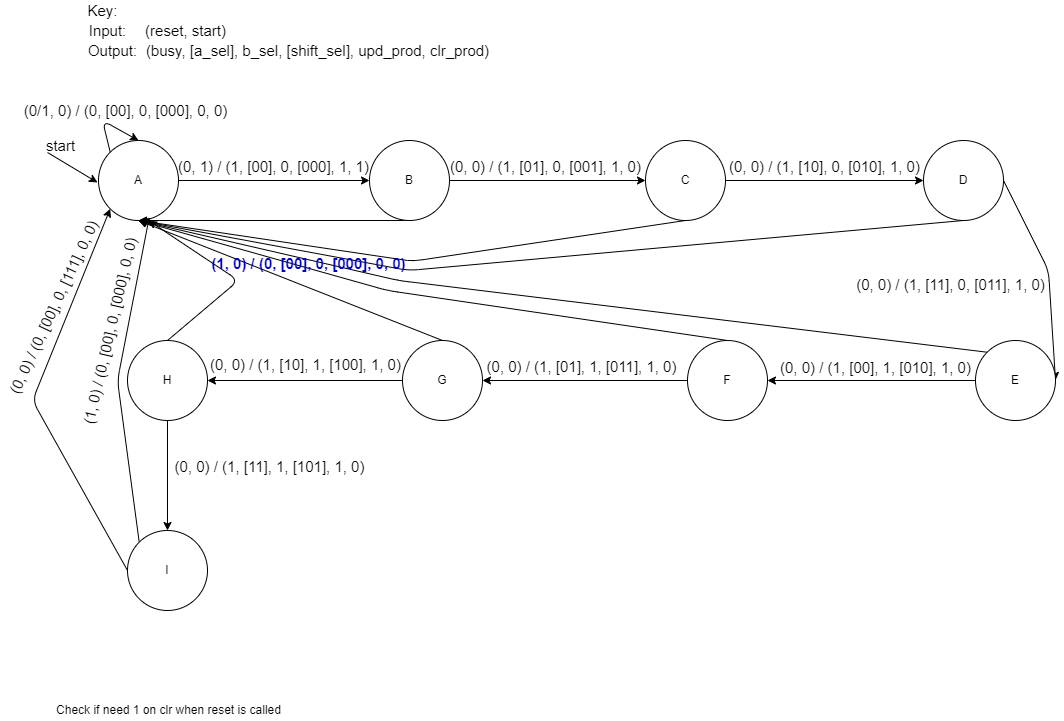
This is 2.1Diagram.png from s-griffith/DigitalSystemsSimulation2, a draw.io export, as it was before one commit. Source tidied: cells renumbered, new cells last; positions are measured from the earlier drawing's top-left corner, leaving out a move shared by most shapes.
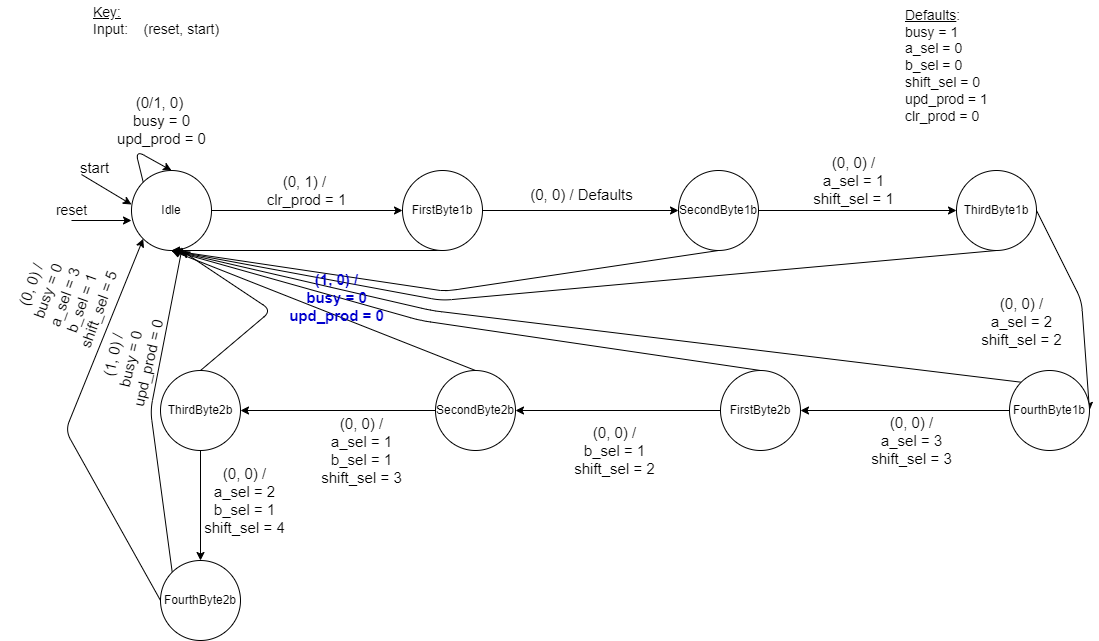
Above is the later version.

Change to the diagram source:
```diff
@@ -5,8 +5,8 @@
     <mxCell id="2" style="edgeStyle=none;html=1;exitX=1;exitY=0.5;exitDx=0;exitDy=0;" parent="1" edge="1" source="3" target="6">
       <mxGeometry relative="1" as="geometry" />
     </mxCell>
-    <mxCell id="3" value="A" style="ellipse;whiteSpace=wrap;html=1;" parent="1" vertex="1">
-      <mxGeometry x="137" y="140" width="80" height="80" as="geometry" />
+    <mxCell id="3" value="Idle" style="ellipse;whiteSpace=wrap;html=1;" parent="1" vertex="1">
+      <mxGeometry x="148" y="140" width="80" height="80" as="geometry" />
     </mxCell>
     <mxCell id="4" style="edgeStyle=none;html=1;exitX=0.5;exitY=1;exitDx=0;exitDy=0;entryX=0.5;entryY=1;entryDx=0;entryDy=0;" parent="1" edge="1" source="6" target="3">
       <mxGeometry relative="1" as="geometry" />
@@ -14,50 +14,50 @@
     <mxCell id="5" style="edgeStyle=none;html=1;exitX=1;exitY=0.5;exitDx=0;exitDy=0;entryX=0;entryY=0.5;entryDx=0;entryDy=0;" parent="1" edge="1" source="6" target="9">
       <mxGeometry relative="1" as="geometry" />
     </mxCell>
-    <mxCell id="6" value="B" style="ellipse;whiteSpace=wrap;html=1;" parent="1" vertex="1">
-      <mxGeometry x="408" y="140" width="80" height="80" as="geometry" />
+    <mxCell id="6" value="FirstByte1b" style="ellipse;whiteSpace=wrap;html=1;" parent="1" vertex="1">
+      <mxGeometry x="419" y="140" width="80" height="80" as="geometry" />
     </mxCell>
     <mxCell id="7" style="edgeStyle=none;html=1;exitX=0.5;exitY=1;exitDx=0;exitDy=0;entryX=0.5;entryY=1;entryDx=0;entryDy=0;startArrow=none;" parent="1" edge="1" target="3">
       <mxGeometry relative="1" as="geometry">
-        <mxPoint x="446" y="260" as="sourcePoint" />
+        <mxPoint x="457" y="260" as="sourcePoint" />
       </mxGeometry>
     </mxCell>
     <mxCell id="8" style="edgeStyle=none;html=1;exitX=1;exitY=0.5;exitDx=0;exitDy=0;entryX=0;entryY=0.5;entryDx=0;entryDy=0;" parent="1" edge="1" source="9" target="12">
       <mxGeometry relative="1" as="geometry" />
     </mxCell>
-    <mxCell id="9" value="C" style="ellipse;whiteSpace=wrap;html=1;" parent="1" vertex="1">
-      <mxGeometry x="684" y="140" width="80" height="80" as="geometry" />
+    <mxCell id="9" value="SecondByte1b" style="ellipse;whiteSpace=wrap;html=1;" parent="1" vertex="1">
+      <mxGeometry x="695" y="140" width="80" height="80" as="geometry" />
     </mxCell>
     <mxCell id="10" style="edgeStyle=none;html=1;exitX=1;exitY=0.5;exitDx=0;exitDy=0;entryX=1;entryY=0.5;entryDx=0;entryDy=0;" parent="1" edge="1" source="12" target="38">
       <mxGeometry relative="1" as="geometry">
         <Array as="points">
-          <mxPoint x="1087" y="270" />
+          <mxPoint x="1098" y="270" />
         </Array>
       </mxGeometry>
     </mxCell>
     <mxCell id="11" style="edgeStyle=none;html=1;exitX=0.5;exitY=1;exitDx=0;exitDy=0;entryX=0.5;entryY=1;entryDx=0;entryDy=0;fontSize=15;fontColor=#0000CC;" parent="1" edge="1" source="12" target="3">
       <mxGeometry relative="1" as="geometry">
         <Array as="points">
-          <mxPoint x="447" y="270" />
+          <mxPoint x="458" y="270" />
         </Array>
       </mxGeometry>
     </mxCell>
-    <mxCell id="12" value="D" style="ellipse;whiteSpace=wrap;html=1;" parent="1" vertex="1">
-      <mxGeometry x="962" y="140" width="80" height="80" as="geometry" />
+    <mxCell id="12" value="ThirdByte1b" style="ellipse;whiteSpace=wrap;html=1;" parent="1" vertex="1">
+      <mxGeometry x="973" y="140" width="80" height="80" as="geometry" />
     </mxCell>
     <mxCell id="13" style="edgeStyle=none;html=1;exitX=0.5;exitY=1;exitDx=0;exitDy=0;" parent="1" edge="1" source="15" target="45">
       <mxGeometry relative="1" as="geometry" />
     </mxCell>
     <mxCell id="14" style="edgeStyle=none;html=1;exitX=0.5;exitY=0;exitDx=0;exitDy=0;fontSize=15;fontColor=#0000CC;" parent="1" edge="1" source="15">
       <mxGeometry relative="1" as="geometry">
-        <mxPoint x="187" y="220" as="targetPoint" />
+        <mxPoint x="198" y="220" as="targetPoint" />
         <Array as="points">
-          <mxPoint x="277" y="280" />
+          <mxPoint x="288" y="280" />
         </Array>
       </mxGeometry>
     </mxCell>
-    <mxCell id="15" value="H" style="ellipse;whiteSpace=wrap;html=1;" parent="1" vertex="1">
-      <mxGeometry x="166" y="340" width="80" height="80" as="geometry" />
+    <mxCell id="15" value="ThirdByte2b" style="ellipse;whiteSpace=wrap;html=1;" parent="1" vertex="1">
+      <mxGeometry x="177" y="340" width="80" height="80" as="geometry" />
     </mxCell>
     <mxCell id="16" style="edgeStyle=none;html=1;exitX=0.5;exitY=0;exitDx=0;exitDy=0;entryX=0.5;entryY=1;entryDx=0;entryDy=0;" parent="1" edge="1" source="18" target="3">
       <mxGeometry relative="1" as="geometry" />
@@ -65,129 +65,126 @@
     <mxCell id="17" style="edgeStyle=none;html=1;exitX=0;exitY=0.5;exitDx=0;exitDy=0;entryX=1;entryY=0.5;entryDx=0;entryDy=0;" parent="1" edge="1" source="18" target="15">
       <mxGeometry relative="1" as="geometry" />
     </mxCell>
-    <mxCell id="18" value="G" style="ellipse;whiteSpace=wrap;html=1;" parent="1" vertex="1">
-      <mxGeometry x="441" y="340" width="80" height="80" as="geometry" />
+    <mxCell id="18" value="SecondByte2b" style="ellipse;whiteSpace=wrap;html=1;" parent="1" vertex="1">
+      <mxGeometry x="452" y="340" width="80" height="80" as="geometry" />
     </mxCell>
     <mxCell id="19" style="edgeStyle=none;html=1;exitX=0.5;exitY=0;exitDx=0;exitDy=0;entryX=0.5;entryY=1;entryDx=0;entryDy=0;" parent="1" edge="1" source="21" target="3">
       <mxGeometry relative="1" as="geometry">
         <Array as="points">
-          <mxPoint x="426" y="290" />
+          <mxPoint x="437" y="290" />
         </Array>
       </mxGeometry>
     </mxCell>
     <mxCell id="20" style="edgeStyle=none;html=1;exitX=0;exitY=0.5;exitDx=0;exitDy=0;entryX=1;entryY=0.5;entryDx=0;entryDy=0;" parent="1" edge="1" source="21" target="18">
       <mxGeometry relative="1" as="geometry" />
     </mxCell>
-    <mxCell id="21" value="F" style="ellipse;whiteSpace=wrap;html=1;" parent="1" vertex="1">
-      <mxGeometry x="726" y="340" width="80" height="80" as="geometry" />
+    <mxCell id="21" value="FirstByte2b" style="ellipse;whiteSpace=wrap;html=1;" parent="1" vertex="1">
+      <mxGeometry x="737" y="340" width="80" height="80" as="geometry" />
     </mxCell>
     <mxCell id="22" style="endArrow=classic;html=1;" parent="1" edge="1">
       <mxGeometry relative="1" as="geometry">
-        <mxPoint x="86" y="152" as="sourcePoint" />
-        <mxPoint x="136" y="182" as="targetPoint" />
+        <mxPoint x="98" y="144" as="sourcePoint" />
+        <mxPoint x="148" y="174" as="targetPoint" />
       </mxGeometry>
     </mxCell>
     <mxCell id="23" value="start" style="text;html=1;align=center;verticalAlign=middle;strokeColor=none;fillColor=none;fontSize=15;" parent="1" vertex="1">
-      <mxGeometry x="79" y="135" width="40" height="20" as="geometry" />
+      <mxGeometry x="91" y="127" width="40" height="20" as="geometry" />
     </mxCell>
-    <mxCell id="24" value="(reset, start)" style="text;html=1;align=center;verticalAlign=middle;strokeColor=none;fillColor=none;fontSize=15;" parent="1" vertex="1">
-      <mxGeometry x="174" y="20" width="100" height="20" as="geometry" />
-    </mxCell>
-    <mxCell id="25" value="(busy, [a_sel], b_sel, [shift_sel], upd_prod, clr_prod)" style="text;html=1;align=center;verticalAlign=middle;strokeColor=none;fillColor=none;fontSize=15;" parent="1" vertex="1">
-      <mxGeometry x="176" y="40" width="360" height="20" as="geometry" />
-    </mxCell>
     <mxCell id="26" style="edgeStyle=none;html=1;exitX=0;exitY=0;exitDx=0;exitDy=0;entryX=0.5;entryY=0;entryDx=0;entryDy=0;" parent="1" edge="1" source="3" target="3">
       <mxGeometry relative="1" as="geometry">
         <Array as="points">
-          <mxPoint x="141" y="120" />
+          <mxPoint x="152" y="120" />
         </Array>
       </mxGeometry>
     </mxCell>
-    <mxCell id="27" value="(0/1, 0) / (0, [00], 0, [000], 0, 0)" style="text;html=1;align=center;verticalAlign=middle;strokeColor=none;fillColor=none;fontSize=15;" parent="1" vertex="1">
-      <mxGeometry x="54" y="100" width="220" height="20" as="geometry" />
+    <mxCell id="27" value="(0/1, 0)&amp;nbsp;&lt;br&gt;busy = 0&lt;br&gt;upd_prod = 0" style="text;html=1;align=center;verticalAlign=middle;strokeColor=none;fillColor=none;fontSize=15;" parent="1" vertex="1">
+      <mxGeometry x="128" y="60" width="100" height="60" as="geometry" />
     </mxCell>
-    <mxCell id="28" value="Key:" style="text;html=1;align=center;verticalAlign=middle;strokeColor=none;fillColor=none;fontSize=15;" parent="1" vertex="1">
-      <mxGeometry x="116" width="50" height="20" as="geometry" />
-    </mxCell>
-    <mxCell id="29" value="Input:" style="text;html=1;align=center;verticalAlign=middle;strokeColor=none;fillColor=none;fontSize=15;" parent="1" vertex="1">
-      <mxGeometry x="121" y="20" width="50" height="20" as="geometry" />
-    </mxCell>
-    <mxCell id="30" value="Output:" style="text;html=1;align=center;verticalAlign=middle;strokeColor=none;fillColor=none;fontSize=15;" parent="1" vertex="1">
-      <mxGeometry x="121" y="40" width="60" height="20" as="geometry" />
-    </mxCell>
-    <mxCell id="31" value="(0, 1) / (1, [00], 0, [000], 1, 1)&lt;br style=&quot;font-size: 15px&quot;&gt;&amp;nbsp;" style="text;html=1;align=center;verticalAlign=middle;strokeColor=none;fillColor=none;fontSize=15;" parent="1" vertex="1">
-      <mxGeometry x="207" y="155" width="210" height="40" as="geometry" />
+    <mxCell id="31" value="(0, 1) /&amp;nbsp;&lt;br&gt;clr_prod = 1" style="text;html=1;align=center;verticalAlign=middle;strokeColor=none;fillColor=none;fontSize=15;" parent="1" vertex="1">
+      <mxGeometry x="273" y="140" width="100" height="40" as="geometry" />
     </mxCell>
-    <mxCell id="32" value="(0, 0) / (1, [01], 0, [001], 1, 0)&lt;br style=&quot;font-size: 15px&quot;&gt;&amp;nbsp;" style="text;html=1;align=center;verticalAlign=middle;strokeColor=none;fillColor=none;fontSize=15;" parent="1" vertex="1">
-      <mxGeometry x="479" y="155" width="210" height="40" as="geometry" />
+    <mxCell id="32" value="(0, 0) / Defaults" style="text;html=1;align=center;verticalAlign=middle;strokeColor=none;fillColor=none;fontSize=15;" parent="1" vertex="1">
+      <mxGeometry x="538" y="154" width="120" height="20" as="geometry" />
     </mxCell>
-    <mxCell id="33" value="(0, 0) / (1, [10], 0, [010], 1, 0)" style="text;html=1;align=center;verticalAlign=middle;strokeColor=none;fillColor=none;fontSize=15;" parent="1" vertex="1">
-      <mxGeometry x="758" y="156" width="210" height="20" as="geometry" />
+    <mxCell id="33" value="(0, 0) /&lt;br&gt;a_sel = 1&lt;br&gt;shift_sel = 1" style="text;html=1;align=center;verticalAlign=middle;strokeColor=none;fillColor=none;fontSize=15;" parent="1" vertex="1">
+      <mxGeometry x="820" y="120" width="100" height="60" as="geometry" />
     </mxCell>
     <mxCell id="34" style="edgeStyle=none;html=1;exitX=0.5;exitY=1;exitDx=0;exitDy=0;entryX=0.5;entryY=1;entryDx=0;entryDy=0;endArrow=none;" parent="1" edge="1" source="9">
       <mxGeometry relative="1" as="geometry">
-        <mxPoint x="446" y="260" as="targetPoint" />
+        <mxPoint x="457" y="260" as="targetPoint" />
         <Array as="points">
-          <mxPoint x="456" y="260" />
+          <mxPoint x="467" y="260" />
         </Array>
       </mxGeometry>
     </mxCell>
-    <mxCell id="35" value="Check if need 1 on clr when reset is called" style="text;html=1;align=center;verticalAlign=middle;strokeColor=none;fillColor=none;" parent="1" vertex="1">
-      <mxGeometry x="87" y="700" width="240" height="20" as="geometry" />
-    </mxCell>
     <mxCell id="36" style="edgeStyle=none;html=1;exitX=0;exitY=0.5;exitDx=0;exitDy=0;entryX=1;entryY=0.5;entryDx=0;entryDy=0;" parent="1" edge="1" source="38" target="21">
       <mxGeometry relative="1" as="geometry" />
     </mxCell>
     <mxCell id="37" style="edgeStyle=none;html=1;exitX=0;exitY=0;exitDx=0;exitDy=0;entryX=0.5;entryY=1;entryDx=0;entryDy=0;fontSize=15;fontColor=#0000CC;" parent="1" edge="1" source="38" target="3">
       <mxGeometry relative="1" as="geometry">
         <Array as="points">
-          <mxPoint x="437" y="280" />
+          <mxPoint x="448" y="280" />
         </Array>
       </mxGeometry>
     </mxCell>
-    <mxCell id="38" value="E" style="ellipse;whiteSpace=wrap;html=1;" parent="1" vertex="1">
-      <mxGeometry x="1014" y="340" width="80" height="80" as="geometry" />
+    <mxCell id="38" value="FourthByte1b" style="ellipse;whiteSpace=wrap;html=1;" parent="1" vertex="1">
+      <mxGeometry x="1026" y="340" width="80" height="80" as="geometry" />
     </mxCell>
-    <mxCell id="39" value="(0, 0) / (1, [11], 0, [011], 1, 0)&lt;br style=&quot;font-size: 15px&quot;&gt;&amp;nbsp;" style="text;html=1;align=center;verticalAlign=middle;strokeColor=none;fillColor=none;fontSize=15;" parent="1" vertex="1">
-      <mxGeometry x="889" y="273" width="200" height="40" as="geometry" />
+    <mxCell id="39" value="(0, 0) /&lt;br&gt;a_sel = 2&lt;br&gt;shift_sel = 2" style="text;html=1;align=center;verticalAlign=middle;strokeColor=none;fillColor=none;fontSize=15;" parent="1" vertex="1">
+      <mxGeometry x="988" y="261" width="100" height="60" as="geometry" />
     </mxCell>
-    <mxCell id="40" value="(0, 0) / (1, [00], 1, [010], 1, 0)&lt;br style=&quot;font-size: 15px&quot;&gt;&amp;nbsp;" style="text;html=1;align=center;verticalAlign=middle;strokeColor=none;fillColor=none;fontSize=15;" parent="1" vertex="1">
-      <mxGeometry x="809" y="356" width="210" height="40" as="geometry" />
+    <mxCell id="40" value="(0, 0) /&lt;br&gt;a_sel = 3&lt;br&gt;shift_sel = 3" style="text;html=1;align=center;verticalAlign=middle;strokeColor=none;fillColor=none;fontSize=15;" parent="1" vertex="1">
+      <mxGeometry x="878" y="380" width="100" height="60" as="geometry" />
     </mxCell>
-    <mxCell id="41" value="(0, 0) / (1, [01], 1, [011], 1, 0)&lt;br style=&quot;font-size: 15px&quot;&gt;&amp;nbsp;" style="text;html=1;align=center;verticalAlign=middle;strokeColor=none;fillColor=none;fontSize=15;" parent="1" vertex="1">
-      <mxGeometry x="515" y="355" width="210" height="40" as="geometry" />
+    <mxCell id="41" value="(0, 0) /&lt;br&gt;b_sel = 1&lt;br&gt;shift_sel = 2" style="text;html=1;align=center;verticalAlign=middle;strokeColor=none;fillColor=none;fontSize=15;" parent="1" vertex="1">
+      <mxGeometry x="581" y="390" width="100" height="60" as="geometry" />
     </mxCell>
-    <mxCell id="42" value="(0, 0) / (1, [10], 1, [100], 1, 0)&lt;br style=&quot;font-size: 15px&quot;&gt;&amp;nbsp;" style="text;html=1;align=center;verticalAlign=middle;strokeColor=none;fillColor=none;fontSize=15;" parent="1" vertex="1">
-      <mxGeometry x="239" y="353" width="210" height="40" as="geometry" />
+    <mxCell id="42" value="(0, 0) /&lt;br&gt;a_sel = 1&lt;br&gt;b_sel = 1&lt;br&gt;shift_sel = 3" style="text;html=1;align=center;verticalAlign=middle;strokeColor=none;fillColor=none;fontSize=15;" parent="1" vertex="1">
+      <mxGeometry x="328" y="380" width="100" height="80" as="geometry" />
     </mxCell>
     <mxCell id="43" style="edgeStyle=none;html=1;exitX=0;exitY=0;exitDx=0;exitDy=0;entryX=0.635;entryY=0.957;entryDx=0;entryDy=0;entryPerimeter=0;" parent="1" edge="1" source="45" target="3">
       <mxGeometry relative="1" as="geometry">
         <Array as="points">
-          <mxPoint x="156" y="380" />
+          <mxPoint x="167" y="380" />
         </Array>
       </mxGeometry>
     </mxCell>
     <mxCell id="44" style="edgeStyle=none;html=1;exitX=0;exitY=0.5;exitDx=0;exitDy=0;entryX=0;entryY=1;entryDx=0;entryDy=0;" parent="1" edge="1" source="45" target="3">
       <mxGeometry relative="1" as="geometry">
         <Array as="points">
-          <mxPoint x="71" y="400" />
+          <mxPoint x="82" y="400" />
         </Array>
       </mxGeometry>
     </mxCell>
-    <mxCell id="45" value="I" style="ellipse;whiteSpace=wrap;html=1;" parent="1" vertex="1">
-      <mxGeometry x="166" y="530" width="80" height="80" as="geometry" />
+    <mxCell id="45" value="FourthByte2b" style="ellipse;whiteSpace=wrap;html=1;" parent="1" vertex="1">
+      <mxGeometry x="177" y="530" width="80" height="80" as="geometry" />
     </mxCell>
-    <mxCell id="46" value="(0, 0) / (1, [11], 1, [101], 1, 0)&lt;br style=&quot;font-size: 15px&quot;&gt;&amp;nbsp;" style="text;html=1;align=center;verticalAlign=middle;strokeColor=none;fillColor=none;fontSize=15;" parent="1" vertex="1">
-      <mxGeometry x="203" y="455" width="210" height="40" as="geometry" />
+    <mxCell id="46" value="(0, 0) /&lt;br&gt;a_sel = 2&lt;br&gt;b_sel = 1&lt;br&gt;shift_sel = 4" style="text;html=1;align=center;verticalAlign=middle;strokeColor=none;fillColor=none;fontSize=15;" parent="1" vertex="1">
+      <mxGeometry x="211" y="430" width="100" height="80" as="geometry" />
     </mxCell>
-    <mxCell id="47" value="(0, 0) / (0, [00], 0, [111], 0, 0)&lt;br style=&quot;font-size: 15px;&quot;&gt;&amp;nbsp;" style="text;html=1;align=center;verticalAlign=middle;strokeColor=none;fillColor=none;rotation=295;fontSize=15;" parent="1" vertex="1">
-      <mxGeometry y="291" width="200" height="40" as="geometry" />
+    <mxCell id="47" value="(0, 0) /&lt;br&gt;busy = 0&lt;br&gt;a_sel = 3&lt;br&gt;b_sel = 1&lt;br&gt;shift_sel = 5" style="text;html=1;align=center;verticalAlign=middle;strokeColor=none;fillColor=none;rotation=-70;fontSize=15;" parent="1" vertex="1">
+      <mxGeometry x="31" y="217" width="100" height="100" as="geometry" />
     </mxCell>
-    <mxCell id="48" value="(1, 0) / (0, [00], 0, [000], 0, 0)&lt;br style=&quot;font-size: 15px;&quot;&gt;&amp;nbsp;" style="text;html=1;align=center;verticalAlign=middle;strokeColor=none;fillColor=none;rotation=283;fontSize=15;" parent="1" vertex="1">
-      <mxGeometry x="52" y="313" width="210" height="40" as="geometry" />
+    <mxCell id="48" value="(1, 0) /&lt;br&gt;busy = 0&lt;br&gt;upd_prod = 0" style="text;html=1;align=center;verticalAlign=middle;strokeColor=none;fillColor=none;rotation=283;fontSize=15;" parent="1" vertex="1">
+      <mxGeometry x="97" y="299" width="100" height="60" as="geometry" />
     </mxCell>
-    <mxCell id="49" value="(1, 0) / (0, [00], 0, [000], 0, 0)&lt;br style=&quot;font-size: 15px;&quot;&gt;&amp;nbsp;" style="text;html=1;align=center;verticalAlign=middle;strokeColor=none;fontColor=#0000CC;fontStyle=1;fontSize=15;" parent="1" vertex="1">
-      <mxGeometry x="242" y="252" width="210" height="40" as="geometry" />
+    <mxCell id="49" value="(1, 0) /&lt;br&gt;busy = 0&lt;br&gt;upd_prod = 0" style="text;html=1;align=center;verticalAlign=middle;strokeColor=none;fontColor=#0000CC;fontStyle=1;fontSize=15;" parent="1" vertex="1">
+      <mxGeometry x="298" y="237" width="110" height="60" as="geometry" />
     </mxCell>
+    <mxCell id="50" value="&lt;font style=&quot;font-size: 14px&quot;&gt;&lt;u&gt;Defaults&lt;/u&gt;:&lt;br&gt;busy = 1&lt;br&gt;a_sel = 0&lt;br&gt;b_sel = 0&lt;br&gt;shift_sel = 0&lt;br&gt;upd_prod = 1&lt;br&gt;clr_prod = 0&lt;/font&gt;" style="text;html=1;align=left;verticalAlign=middle;strokeColor=none;fillColor=none;" parent="1" vertex="1">
+      <mxGeometry x="920" y="-20" width="100" height="110" as="geometry" />
+    </mxCell>
+    <mxCell id="51" value="&lt;u&gt;Key:&lt;/u&gt;&lt;br&gt;&lt;div&gt;&lt;span&gt;Input:&amp;nbsp; &amp;nbsp; (reset, start)&lt;/span&gt;&lt;/div&gt;" style="text;html=1;align=left;verticalAlign=middle;strokeColor=none;fillColor=none;fontSize=14;" parent="1" vertex="1">
+      <mxGeometry x="108" y="-30" width="140" height="40" as="geometry" />
+    </mxCell>
+    <mxCell id="52" style="endArrow=classic;html=1;fontSize=14;" parent="1" edge="1">
+      <mxGeometry relative="1" as="geometry">
+        <mxPoint x="88" y="190" as="sourcePoint" />
+        <mxPoint x="148" y="190" as="targetPoint" />
+      </mxGeometry>
+    </mxCell>
+    <mxCell id="53" value="reset" style="text;html=1;align=center;verticalAlign=middle;strokeColor=none;fillColor=none;fontSize=14;" parent="1" vertex="1">
+      <mxGeometry x="63" y="170" width="50" height="20" as="geometry" />
+    </mxCell>
   </root>
 </mxGraphModel>
```
